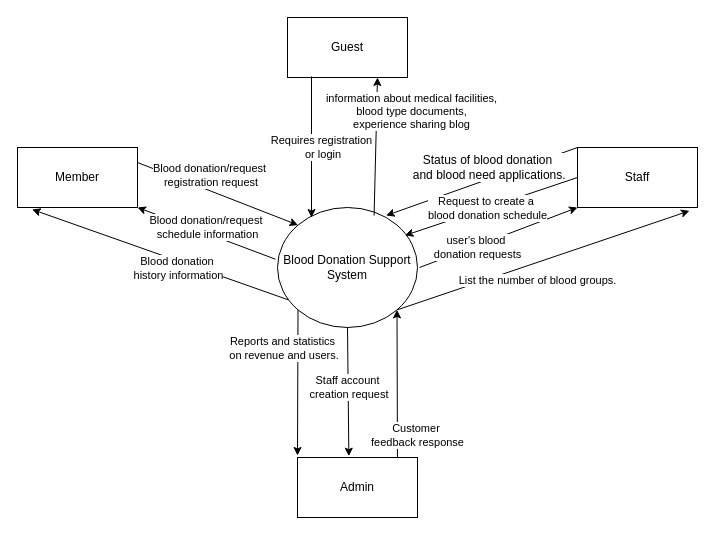
ThanhDucP/SU25_SWP391 keeps this draw.io diagram as ContextDiagram.drawio. Above is the earlier version. Source tidied: cells renumbered, new cells numbered last; positions are measured from the earlier drawing's top-left corner, leaving out a move shared by most shapes. Both pictures are drawn from the tidied source at 100%, with x=0, y=0 at pixel (17, 17).
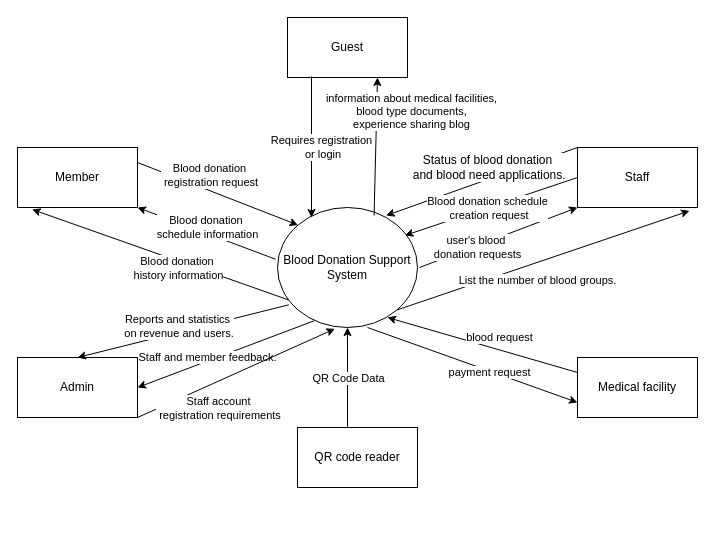
After the change.

Commit message:
Cập nhật ContextDiagram.drawio

The change refers to these unchanged cells:
```xml
<mxCell id="2" value="&lt;div&gt;Blood Donation Support System&lt;/div&gt;" style="ellipse;whiteSpace=wrap;html=1;" parent="1" vertex="1">
  <mxGeometry x="260" y="190" width="140" height="120" as="geometry" />
</mxCell>
<mxCell id="11" style="endArrow=classic;html=1;rounded=0;exitX=1;exitY=0.25;exitDx=0;exitDy=0;entryX=0;entryY=0;entryDx=0;entryDy=0;" parent="1" edge="1" source="4" target="2">
  <mxGeometry relative="1" as="geometry" />
</mxCell>
<mxCell id="13" style="endArrow=classic;html=1;rounded=0;exitX=-0.014;exitY=0.431;exitDx=0;exitDy=0;exitPerimeter=0;entryX=1;entryY=1;entryDx=0;entryDy=0;" parent="1" edge="1" source="2" target="4">
  <mxGeometry relative="1" as="geometry" />
</mxCell>
<mxCell id="21" style="endArrow=classic;html=1;rounded=0;exitX=0;exitY=0.5;exitDx=0;exitDy=0;entryX=0.91;entryY=0.233;entryDx=0;entryDy=0;entryPerimeter=0;" parent="1" edge="1" source="5" target="2">
  <mxGeometry relative="1" as="geometry" />
</mxCell>
```

Diff of the diagram source:
```diff
@@
     <mxCell id="6" value="Admin" style="rounded=0;whiteSpace=wrap;html=1;" parent="1" vertex="1">
-      <mxGeometry x="280" y="440" width="120" height="60" as="geometry" />
+      <mxGeometry y="340" width="120" height="60" as="geometry" />
     </mxCell>
+    <mxCell id="31" value="QR code reader" style="rounded=0;whiteSpace=wrap;html=1;" parent="1" vertex="1">
+      <mxGeometry x="280" y="410" width="120" height="60" as="geometry" />
+    </mxCell>
+    <mxCell id="32" value="Medical facility" style="rounded=0;whiteSpace=wrap;html=1;" parent="1" vertex="1">
+      <mxGeometry x="560" y="340" width="120" height="60" as="geometry" />
+    </mxCell>
@@
-    <mxCell id="12" value="Blood donation/request&lt;div&gt;&amp;nbsp;registration request&lt;/div&gt;" style="edgeLabel;html=1;align=center;verticalAlign=middle;" parent="11" vertex="1">
+    <mxCell id="12" value="Blood donation&lt;div&gt;&amp;nbsp;registration request&lt;/div&gt;" style="edgeLabel;html=1;align=center;verticalAlign=middle;" parent="11" vertex="1">
       <mxGeometry x="-0.34" y="2" relative="1" as="geometry">
         <mxPoint x="18" y="-6" as="offset" />
       </mxGeometry>
     </mxCell>
@@
-    <mxCell id="14" value="Blood donation/request&amp;nbsp;&lt;div&gt;schedule information&lt;/div&gt;" style="edgeLabel;html=1;align=center;verticalAlign=middle;" parent="13" vertex="1">
+    <mxCell id="14" value="Blood donation&amp;nbsp;&lt;div&gt;schedule information&lt;/div&gt;" style="edgeLabel;html=1;align=center;verticalAlign=middle;" parent="13" vertex="1">
       <mxGeometry x="0.09" y="-2" relative="1" as="geometry">
         <mxPoint x="6" y="-2" as="offset" />
       </mxGeometry>
     </mxCell>
@@
-    <mxCell id="22" value="Request to create a&amp;nbsp;&lt;div&gt;blood donation schedule&lt;/div&gt;" style="edgeLabel;html=1;align=center;verticalAlign=middle;" parent="21" vertex="1">
+    <mxCell id="22" value="Blood donation schedule&lt;div&gt;&amp;nbsp;creation request&lt;/div&gt;" style="edgeLabel;html=1;align=center;verticalAlign=middle;" parent="21" vertex="1">
       <mxGeometry x="0.32" y="-2" relative="1" as="geometry">
         <mxPoint x="24" y="-6" as="offset" />
       </mxGeometry>
     </mxCell>
@@
+    <mxCell id="33" style="endArrow=classic;html=1;rounded=0;exitX=0;exitY=0.25;exitDx=0;exitDy=0;" parent="1" edge="1" source="32">
+      <mxGeometry relative="1" as="geometry">
+        <mxPoint x="370" y="300" as="targetPoint" />
+      </mxGeometry>
+    </mxCell>
+    <mxCell id="34" value="blood request" style="edgeLabel;html=1;align=center;verticalAlign=middle;" parent="33" vertex="1">
+      <mxGeometry x="-0.17" relative="1" as="geometry">
+        <mxPoint y="-13" as="offset" />
+      </mxGeometry>
+    </mxCell>
+    <mxCell id="35" style="endArrow=classic;html=1;rounded=0;exitX=0.417;exitY=-0.011;exitDx=0;exitDy=0;entryX=0.5;entryY=1;entryDx=0;entryDy=0;exitPerimeter=0;" parent="1" edge="1" source="31" target="2">
+      <mxGeometry relative="1" as="geometry" />
+    </mxCell>
+    <mxCell id="36" value="QR Code Data" style="edgeLabel;html=1;align=center;verticalAlign=middle;" parent="35" vertex="1">
+      <mxGeometry x="0.05" y="3" relative="1" as="geometry">
+        <mxPoint x="3" y="3" as="offset" />
+      </mxGeometry>
+    </mxCell>
-    <mxCell id="25" style="endArrow=classic;html=1;rounded=0;exitX=0;exitY=1;exitDx=0;exitDy=0;" parent="1" edge="1" source="2">
-      <mxGeometry relative="1" as="geometry">
-        <mxPoint x="280" y="438" as="targetPoint" />
-      </mxGeometry>
+    <mxCell id="25" style="endArrow=classic;html=1;rounded=0;exitX=0.081;exitY=0.811;exitDx=0;exitDy=0;entryX=0.5;entryY=0;entryDx=0;entryDy=0;exitPerimeter=0;" parent="1" edge="1" source="2" target="6">
+      <mxGeometry relative="1" as="geometry" />
     </mxCell>
     <mxCell id="26" value="Reports and statistics&lt;div&gt;&amp;nbsp;on revenue and users.&lt;/div&gt;" style="edgeLabel;html=1;align=center;verticalAlign=middle;" parent="25" vertex="1">
       <mxGeometry x="0.28" y="-4" relative="1" as="geometry">
-        <mxPoint x="-12" y="-55" as="offset" />
+        <mxPoint x="24" y="-9" as="offset" />
       </mxGeometry>
     </mxCell>
-    <mxCell id="27" style="endArrow=classic;html=1;rounded=0;exitX=0.5;exitY=1;exitDx=0;exitDy=0;entryX=0.428;entryY=-0.022;entryDx=0;entryDy=0;entryPerimeter=0;" parent="1" edge="1" source="2" target="6">
+    <mxCell id="27" style="endArrow=classic;html=1;rounded=0;exitX=0.262;exitY=0.944;exitDx=0;exitDy=0;exitPerimeter=0;entryX=1;entryY=0.5;entryDx=0;entryDy=0;" parent="1" edge="1" source="2" target="6">
       <mxGeometry relative="1" as="geometry" />
     </mxCell>
-    <mxCell id="28" value="Staff account&lt;div&gt;&amp;nbsp;creation request&lt;/div&gt;" style="edgeLabel;html=1;align=center;verticalAlign=middle;" parent="27" vertex="1">
+    <mxCell id="28" value="Staff and&amp;nbsp;&lt;span style=&quot;background-color: light-dark(#ffffff, var(--ge-dark-color, #121212)); color: light-dark(rgb(0, 0, 0), rgb(255, 255, 255));&quot;&gt;member feedback.&lt;/span&gt;" style="edgeLabel;html=1;align=center;verticalAlign=middle;" parent="27" vertex="1">
       <mxGeometry x="0.24" y="-2" relative="1" as="geometry">
-        <mxPoint x="1" y="-21" as="offset" />
+        <mxPoint x="3" y="-3" as="offset" />
       </mxGeometry>
     </mxCell>
+    <mxCell id="37" style="endArrow=classic;html=1;rounded=0;entryX=0;entryY=0.75;entryDx=0;entryDy=0;" parent="1" edge="1" target="32">
+      <mxGeometry relative="1" as="geometry">
+        <mxPoint x="350" y="310" as="sourcePoint" />
+      </mxGeometry>
+    </mxCell>
+    <mxCell id="38" value="payment request" style="edgeLabel;html=1;align=center;verticalAlign=middle;" parent="37" vertex="1">
+      <mxGeometry x="0.16" y="-1" relative="1" as="geometry" />
+    </mxCell>
-    <mxCell id="29" style="endArrow=classic;html=1;rounded=0;exitX=0.833;exitY=0;exitDx=0;exitDy=0;entryX=1;entryY=1;entryDx=0;entryDy=0;exitPerimeter=0;" parent="1" edge="1" source="6" target="2">
+    <mxCell id="29" style="endArrow=classic;html=1;rounded=0;exitX=1;exitY=1;exitDx=0;exitDy=0;entryX=0.41;entryY=1.011;entryDx=0;entryDy=0;entryPerimeter=0;" parent="1" edge="1" source="6" target="2">
       <mxGeometry relative="1" as="geometry" />
     </mxCell>
-    <mxCell id="30" value="Customer&amp;nbsp;&lt;div&gt;feedback response&lt;/div&gt;" style="edgeLabel;html=1;align=center;verticalAlign=middle;" parent="29" vertex="1">
-      <mxGeometry x="-0.36" y="3" relative="1" as="geometry">
-        <mxPoint x="23" y="24" as="offset" />
-      </mxGeometry>
-    </mxCell>
+    <mxCell id="39" value="Staff account&lt;div&gt;&amp;nbsp;registration requirements&lt;/div&gt;" style="edgeLabel;html=1;align=center;verticalAlign=middle;" parent="29" vertex="1">
+      <mxGeometry x="-0.48" relative="1" as="geometry">
+        <mxPoint x="29" y="13" as="offset" />
+      </mxGeometry>
+    </mxCell>
```
